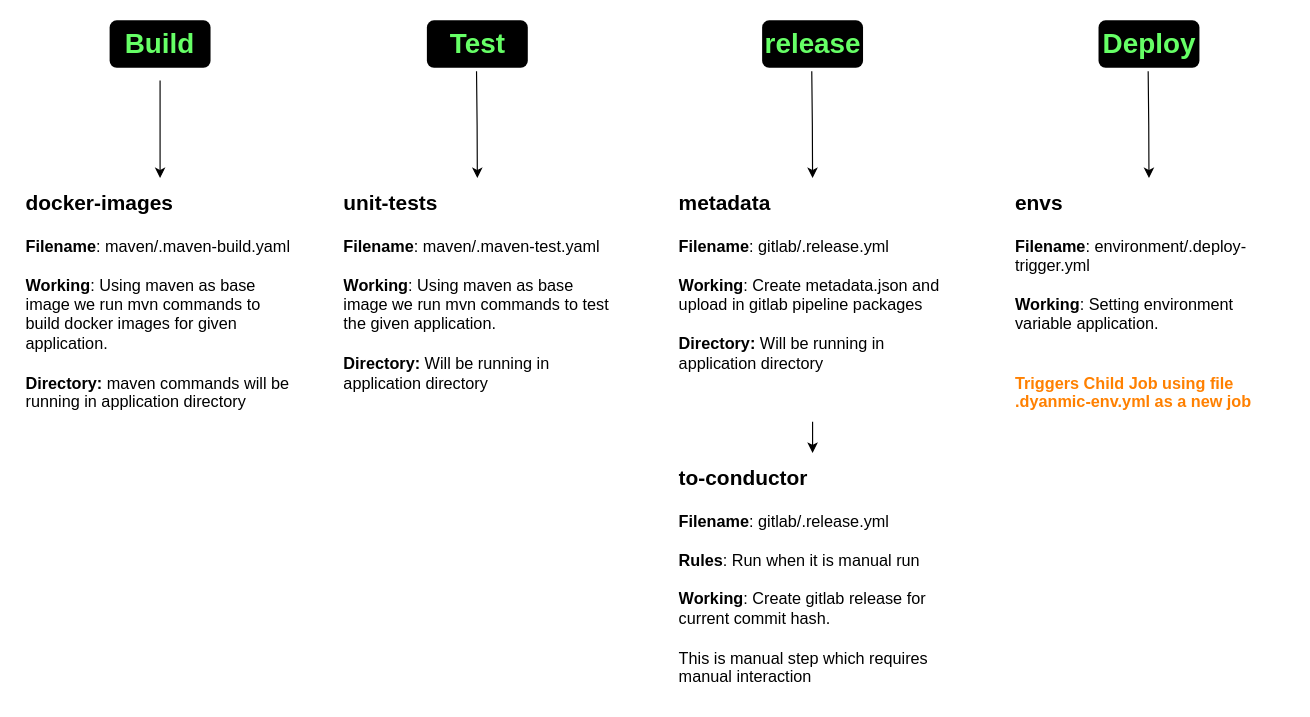
Above: GitlabWorkflow.drawio in vishnu-chegondi/draw-repo (draw.io), before the change. Source tidied: cells renumbered, new cells numbered last; positions are measured from the earlier drawing's top-left corner, leaving out a move shared by most shapes. Both pictures are drawn from the tidied source at 116%, with x=0, y=0 at pixel (20, 20).
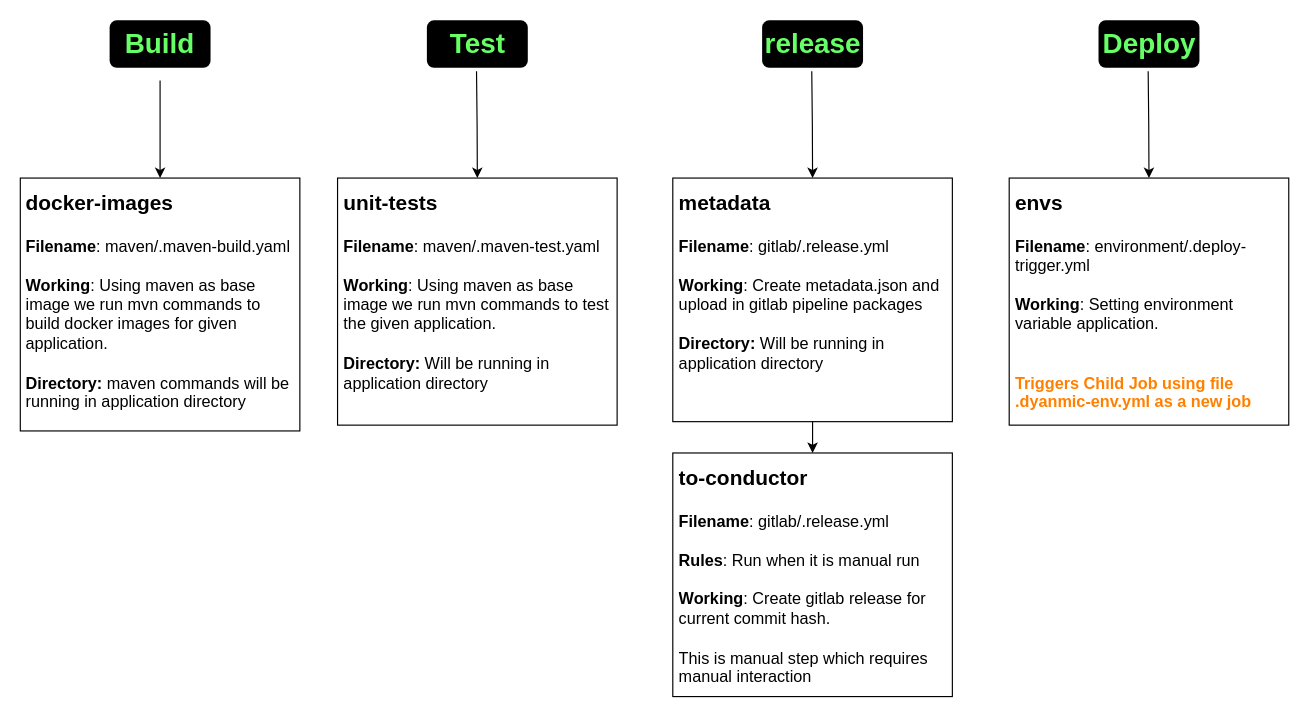
After the change.

What changed in the source:
```diff
@@
 <mxGraphModel>
   <root>
     <mxCell id="0" />
     <mxCell id="1" parent="0" />
     <mxCell id="2" style="edgeStyle=orthogonalEdgeStyle;rounded=0;jettySize=auto;html=1;entryX=0.5;entryY=0;entryDx=0;entryDy=0;" parent="1" edge="1" source="3" target="4">
       <mxGeometry relative="1" as="geometry" />
     </mxCell>
     <mxCell id="3" value="&lt;font color=&quot;#66ff66&quot; style=&quot;font-size: 24px;&quot;&gt;&lt;b style=&quot;background-color: rgb(0, 0, 0);&quot;&gt;Build&lt;/b&gt;&lt;/font&gt;" style="text;html=1;strokeColor=none;fillColor=#000000;align=center;verticalAlign=middle;whiteSpace=wrap;rounded=1;perimeterSpacing=11;shadow=0;strokeWidth=1;dashed=1;" parent="1" vertex="1">
       <mxGeometry x="77" width="87" height="41" as="geometry" />
     </mxCell>
-    <mxCell id="4" value="&lt;h1&gt;&lt;font style=&quot;font-size: 18px;&quot;&gt;docker-images&lt;/font&gt;&lt;/h1&gt;&lt;div&gt;&lt;font style=&quot;font-size: 14px;&quot;&gt;&lt;b&gt;Filename&lt;/b&gt;: maven/.maven-build.yaml&lt;/font&gt;&lt;/div&gt;&lt;div&gt;&lt;font style=&quot;font-size: 14px;&quot;&gt;&lt;br&gt;&lt;/font&gt;&lt;/div&gt;&lt;div&gt;&lt;font style=&quot;font-size: 14px;&quot;&gt;&lt;b&gt;Working&lt;/b&gt;: Using maven as base image we run mvn commands to build docker images for given application.&amp;nbsp;&lt;/font&gt;&lt;/div&gt;&lt;div&gt;&lt;font style=&quot;font-size: 14px;&quot;&gt;&lt;b&gt;&lt;br&gt;&lt;/b&gt;&lt;/font&gt;&lt;/div&gt;&lt;div&gt;&lt;font style=&quot;font-size: 14px;&quot;&gt;&lt;b&gt;Directory: &lt;/b&gt;maven commands will be running in application directory&lt;br&gt;&lt;br&gt;&lt;br&gt;&lt;/font&gt;&lt;/div&gt;" style="text;html=1;strokeColor=none;fillColor=none;spacing=5;spacingTop=-20;whiteSpace=wrap;overflow=hidden;rounded=0;" parent="1" vertex="1">
+    <mxCell id="4" value="&lt;h1&gt;&lt;font style=&quot;font-size: 18px;&quot;&gt;docker-images&lt;/font&gt;&lt;/h1&gt;&lt;div&gt;&lt;font style=&quot;font-size: 14px;&quot;&gt;&lt;b&gt;Filename&lt;/b&gt;: maven/.maven-build.yaml&lt;/font&gt;&lt;/div&gt;&lt;div&gt;&lt;font style=&quot;font-size: 14px;&quot;&gt;&lt;br&gt;&lt;/font&gt;&lt;/div&gt;&lt;div&gt;&lt;font style=&quot;font-size: 14px;&quot;&gt;&lt;b&gt;Working&lt;/b&gt;: Using maven as base image we run mvn commands to build docker images for given application.&amp;nbsp;&lt;/font&gt;&lt;/div&gt;&lt;div&gt;&lt;font style=&quot;font-size: 14px;&quot;&gt;&lt;b&gt;&lt;br&gt;&lt;/b&gt;&lt;/font&gt;&lt;/div&gt;&lt;div&gt;&lt;font style=&quot;font-size: 14px;&quot;&gt;&lt;b&gt;Directory: &lt;/b&gt;maven commands will be running in application directory&lt;br&gt;&lt;br&gt;&lt;br&gt;&lt;/font&gt;&lt;/div&gt;" style="text;html=1;strokeColor=default;fillColor=none;spacing=5;spacingTop=-20;whiteSpace=wrap;overflow=hidden;rounded=0;" parent="1" vertex="1">
       <mxGeometry y="136" width="241" height="218" as="geometry" />
     </mxCell>
     <mxCell id="5" style="edgeStyle=orthogonalEdgeStyle;rounded=0;jettySize=auto;html=1;entryX=0.5;entryY=0;entryDx=0;entryDy=0;" parent="1" edge="1" target="6">
       <mxGeometry relative="1" as="geometry">
         <mxPoint x="393.3" y="44" as="sourcePoint" />
       </mxGeometry>
     </mxCell>
-    <mxCell id="6" value="&lt;h1&gt;&lt;span style=&quot;font-size: 18px;&quot;&gt;unit-tests&lt;/span&gt;&lt;/h1&gt;&lt;div&gt;&lt;font style=&quot;font-size: 14px;&quot;&gt;&lt;b&gt;Filename&lt;/b&gt;: maven/.maven-test.yaml&lt;/font&gt;&lt;/div&gt;&lt;div&gt;&lt;font style=&quot;font-size: 14px;&quot;&gt;&lt;b&gt;&lt;br&gt;&lt;/b&gt;&lt;/font&gt;&lt;/div&gt;&lt;div&gt;&lt;font style=&quot;font-size: 14px;&quot;&gt;&lt;b&gt;Working&lt;/b&gt;: Using maven as base image we run mvn commands to test the given application.&amp;nbsp;&lt;/font&gt;&lt;/div&gt;&lt;div&gt;&lt;font style=&quot;font-size: 14px;&quot;&gt;&lt;br&gt;&lt;/font&gt;&lt;/div&gt;&lt;div&gt;&lt;span style=&quot;font-size: 14px;&quot;&gt;&lt;b&gt;Directory: &lt;/b&gt;Will be running in application directory&lt;/span&gt;&lt;/div&gt;" style="text;html=1;strokeColor=none;fillColor=none;spacing=5;spacingTop=-20;whiteSpace=wrap;overflow=hidden;rounded=0;" parent="1" vertex="1">
+    <mxCell id="6" value="&lt;h1&gt;&lt;span style=&quot;font-size: 18px;&quot;&gt;unit-tests&lt;/span&gt;&lt;/h1&gt;&lt;div&gt;&lt;font style=&quot;font-size: 14px;&quot;&gt;&lt;b&gt;Filename&lt;/b&gt;: maven/.maven-test.yaml&lt;/font&gt;&lt;/div&gt;&lt;div&gt;&lt;font style=&quot;font-size: 14px;&quot;&gt;&lt;b&gt;&lt;br&gt;&lt;/b&gt;&lt;/font&gt;&lt;/div&gt;&lt;div&gt;&lt;font style=&quot;font-size: 14px;&quot;&gt;&lt;b&gt;Working&lt;/b&gt;: Using maven as base image we run mvn commands to test the given application.&amp;nbsp;&lt;/font&gt;&lt;/div&gt;&lt;div&gt;&lt;font style=&quot;font-size: 14px;&quot;&gt;&lt;br&gt;&lt;/font&gt;&lt;/div&gt;&lt;div&gt;&lt;span style=&quot;font-size: 14px;&quot;&gt;&lt;b&gt;Directory: &lt;/b&gt;Will be running in application directory&lt;/span&gt;&lt;/div&gt;" style="text;html=1;strokeColor=default;fillColor=none;spacing=5;spacingTop=-20;whiteSpace=wrap;overflow=hidden;rounded=0;" parent="1" vertex="1">
       <mxGeometry x="273.5" y="136" width="241" height="213" as="geometry" />
     </mxCell>
     <mxCell id="7" value="&lt;font color=&quot;#66ff66&quot; style=&quot;font-size: 24px;&quot;&gt;&lt;b style=&quot;background-color: rgb(0, 0, 0);&quot;&gt;Test&lt;/b&gt;&lt;/font&gt;" style="text;html=1;strokeColor=none;fillColor=#000000;align=center;verticalAlign=middle;whiteSpace=wrap;rounded=1;perimeterSpacing=11;shadow=0;strokeWidth=1;dashed=1;" parent="1" vertex="1">
       <mxGeometry x="350.5" width="87" height="41" as="geometry" />
     </mxCell>
     <mxCell id="8" style="edgeStyle=orthogonalEdgeStyle;rounded=0;jettySize=auto;html=1;entryX=0.5;entryY=0;entryDx=0;entryDy=0;" parent="1" edge="1" target="10">
       <mxGeometry relative="1" as="geometry">
         <mxPoint x="682.3" y="44" as="sourcePoint" />
       </mxGeometry>
     </mxCell>
     <mxCell id="9" style="edgeStyle=orthogonalEdgeStyle;rounded=0;jettySize=auto;html=1;exitX=0.5;exitY=1;exitDx=0;exitDy=0;" parent="1" edge="1" source="10" target="12">
       <mxGeometry relative="1" as="geometry" />
     </mxCell>
-    <mxCell id="10" value="&lt;h1&gt;&lt;span style=&quot;font-size: 18px;&quot;&gt;metadata&lt;/span&gt;&lt;/h1&gt;&lt;div&gt;&lt;font style=&quot;font-size: 14px;&quot;&gt;&lt;b&gt;Filename&lt;/b&gt;: gitlab/.release.yml&lt;/font&gt;&lt;/div&gt;&lt;div&gt;&lt;font style=&quot;font-size: 14px;&quot;&gt;&lt;b&gt;&lt;br&gt;&lt;/b&gt;&lt;/font&gt;&lt;/div&gt;&lt;div&gt;&lt;font style=&quot;font-size: 14px;&quot;&gt;&lt;b&gt;Working&lt;/b&gt;: Create metadata.json and upload in gitlab pipeline packages&lt;/font&gt;&lt;/div&gt;&lt;div&gt;&lt;font style=&quot;font-size: 14px;&quot;&gt;&lt;br&gt;&lt;/font&gt;&lt;/div&gt;&lt;div&gt;&lt;span style=&quot;font-size: 14px;&quot;&gt;&lt;b&gt;Directory: &lt;/b&gt;Will be running in application directory&lt;/span&gt;&lt;/div&gt;" style="text;html=1;strokeColor=none;fillColor=none;spacing=5;spacingTop=-20;whiteSpace=wrap;overflow=hidden;rounded=0;" parent="1" vertex="1">
+    <mxCell id="10" value="&lt;h1&gt;&lt;span style=&quot;font-size: 18px;&quot;&gt;metadata&lt;/span&gt;&lt;/h1&gt;&lt;div&gt;&lt;font style=&quot;font-size: 14px;&quot;&gt;&lt;b&gt;Filename&lt;/b&gt;: gitlab/.release.yml&lt;/font&gt;&lt;/div&gt;&lt;div&gt;&lt;font style=&quot;font-size: 14px;&quot;&gt;&lt;b&gt;&lt;br&gt;&lt;/b&gt;&lt;/font&gt;&lt;/div&gt;&lt;div&gt;&lt;font style=&quot;font-size: 14px;&quot;&gt;&lt;b&gt;Working&lt;/b&gt;: Create metadata.json and upload in gitlab pipeline packages&lt;/font&gt;&lt;/div&gt;&lt;div&gt;&lt;font style=&quot;font-size: 14px;&quot;&gt;&lt;br&gt;&lt;/font&gt;&lt;/div&gt;&lt;div&gt;&lt;span style=&quot;font-size: 14px;&quot;&gt;&lt;b&gt;Directory: &lt;/b&gt;Will be running in application directory&lt;/span&gt;&lt;/div&gt;" style="text;html=1;strokeColor=default;fillColor=none;spacing=5;spacingTop=-20;whiteSpace=wrap;overflow=hidden;rounded=0;" parent="1" vertex="1">
       <mxGeometry x="562.5" y="136" width="241" height="210" as="geometry" />
     </mxCell>
     <mxCell id="11" value="&lt;font color=&quot;#66ff66&quot; style=&quot;font-size: 24px;&quot;&gt;&lt;b style=&quot;background-color: rgb(0, 0, 0);&quot;&gt;release&lt;/b&gt;&lt;/font&gt;" style="text;html=1;strokeColor=none;fillColor=#000000;align=center;verticalAlign=middle;whiteSpace=wrap;rounded=1;perimeterSpacing=11;shadow=0;strokeWidth=1;dashed=1;" parent="1" vertex="1">
       <mxGeometry x="639.5" width="87" height="41" as="geometry" />
     </mxCell>
-    <mxCell id="12" value="&lt;h1&gt;&lt;span style=&quot;font-size: 18px;&quot;&gt;to-conductor&lt;/span&gt;&lt;/h1&gt;&lt;div&gt;&lt;font style=&quot;font-size: 14px;&quot;&gt;&lt;b&gt;Filename&lt;/b&gt;: gitlab/.release.yml&lt;/font&gt;&lt;/div&gt;&lt;div&gt;&lt;font style=&quot;font-size: 14px;&quot;&gt;&lt;br&gt;&lt;/font&gt;&lt;/div&gt;&lt;div&gt;&lt;font style=&quot;font-size: 14px;&quot;&gt;&lt;b&gt;Rules&lt;/b&gt;: Run when it is manual run&lt;/font&gt;&lt;/div&gt;&lt;div&gt;&lt;font style=&quot;font-size: 14px;&quot;&gt;&lt;b&gt;&lt;br&gt;&lt;/b&gt;&lt;/font&gt;&lt;/div&gt;&lt;div&gt;&lt;font style=&quot;font-size: 14px;&quot;&gt;&lt;b&gt;Working&lt;/b&gt;: Create gitlab release for current commit hash.&lt;br&gt;&lt;br&gt;This is manual step which requires manual interaction&lt;/font&gt;&lt;/div&gt;&lt;div&gt;&lt;br&gt;&lt;/div&gt;" style="text;html=1;strokeColor=none;fillColor=none;spacing=5;spacingTop=-20;whiteSpace=wrap;overflow=hidden;rounded=0;" parent="1" vertex="1">
+    <mxCell id="12" value="&lt;h1&gt;&lt;span style=&quot;font-size: 18px;&quot;&gt;to-conductor&lt;/span&gt;&lt;/h1&gt;&lt;div&gt;&lt;font style=&quot;font-size: 14px;&quot;&gt;&lt;b&gt;Filename&lt;/b&gt;: gitlab/.release.yml&lt;/font&gt;&lt;/div&gt;&lt;div&gt;&lt;font style=&quot;font-size: 14px;&quot;&gt;&lt;br&gt;&lt;/font&gt;&lt;/div&gt;&lt;div&gt;&lt;font style=&quot;font-size: 14px;&quot;&gt;&lt;b&gt;Rules&lt;/b&gt;: Run when it is manual run&lt;/font&gt;&lt;/div&gt;&lt;div&gt;&lt;font style=&quot;font-size: 14px;&quot;&gt;&lt;b&gt;&lt;br&gt;&lt;/b&gt;&lt;/font&gt;&lt;/div&gt;&lt;div&gt;&lt;font style=&quot;font-size: 14px;&quot;&gt;&lt;b&gt;Working&lt;/b&gt;: Create gitlab release for current commit hash.&lt;br&gt;&lt;br&gt;This is manual step which requires manual interaction&lt;/font&gt;&lt;/div&gt;&lt;div&gt;&lt;br&gt;&lt;/div&gt;" style="text;html=1;strokeColor=default;fillColor=none;spacing=5;spacingTop=-20;whiteSpace=wrap;overflow=hidden;rounded=0;" parent="1" vertex="1">
       <mxGeometry x="562.5" y="373" width="241" height="210" as="geometry" />
     </mxCell>
     <mxCell id="13" style="edgeStyle=orthogonalEdgeStyle;rounded=0;jettySize=auto;html=1;entryX=0.5;entryY=0;entryDx=0;entryDy=0;" parent="1" edge="1" target="14">
       <mxGeometry relative="1" as="geometry">
         <mxPoint x="972.3" y="44" as="sourcePoint" />
       </mxGeometry>
     </mxCell>
-    <mxCell id="14" value="&lt;h1&gt;&lt;span style=&quot;font-size: 18px;&quot;&gt;envs&lt;/span&gt;&lt;/h1&gt;&lt;div&gt;&lt;font style=&quot;font-size: 14px;&quot;&gt;&lt;b&gt;Filename&lt;/b&gt;: environment/.deploy-trigger.yml&lt;/font&gt;&lt;/div&gt;&lt;div&gt;&lt;font style=&quot;font-size: 14px;&quot;&gt;&lt;b&gt;&lt;br&gt;&lt;/b&gt;&lt;/font&gt;&lt;/div&gt;&lt;div&gt;&lt;font style=&quot;font-size: 14px;&quot;&gt;&lt;b&gt;Working&lt;/b&gt;: Setting environment variable application.&lt;br&gt;&lt;br&gt;&lt;br&gt;&lt;b&gt;&lt;font color=&quot;#ff8000&quot;&gt;Triggers Child Job using file .dyanmic-env.yml as a new job&lt;/font&gt;&lt;/b&gt;&lt;/font&gt;&lt;/div&gt;&lt;div&gt;&lt;br&gt;&lt;/div&gt;" style="text;html=1;strokeColor=none;fillColor=none;spacing=5;spacingTop=-20;whiteSpace=wrap;overflow=hidden;rounded=0;" parent="1" vertex="1">
+    <mxCell id="14" value="&lt;h1&gt;&lt;span style=&quot;font-size: 18px;&quot;&gt;envs&lt;/span&gt;&lt;/h1&gt;&lt;div&gt;&lt;font style=&quot;font-size: 14px;&quot;&gt;&lt;b&gt;Filename&lt;/b&gt;: environment/.deploy-trigger.yml&lt;/font&gt;&lt;/div&gt;&lt;div&gt;&lt;font style=&quot;font-size: 14px;&quot;&gt;&lt;b&gt;&lt;br&gt;&lt;/b&gt;&lt;/font&gt;&lt;/div&gt;&lt;div&gt;&lt;font style=&quot;font-size: 14px;&quot;&gt;&lt;b&gt;Working&lt;/b&gt;: Setting environment variable application.&lt;br&gt;&lt;br&gt;&lt;br&gt;&lt;b&gt;&lt;font color=&quot;#ff8000&quot;&gt;Triggers Child Job using file .dyanmic-env.yml as a new job&lt;/font&gt;&lt;/b&gt;&lt;/font&gt;&lt;/div&gt;&lt;div&gt;&lt;br&gt;&lt;/div&gt;" style="text;html=1;strokeColor=default;fillColor=none;spacing=5;spacingTop=-20;whiteSpace=wrap;overflow=hidden;rounded=0;" parent="1" vertex="1">
       <mxGeometry x="852.5" y="136" width="241" height="213" as="geometry" />
     </mxCell>
     <mxCell id="15" value="&lt;font color=&quot;#66ff66&quot; style=&quot;font-size: 24px;&quot;&gt;&lt;b style=&quot;background-color: rgb(0, 0, 0);&quot;&gt;Deploy&lt;/b&gt;&lt;/font&gt;" style="text;html=1;strokeColor=none;fillColor=#000000;align=center;verticalAlign=middle;whiteSpace=wrap;rounded=1;perimeterSpacing=11;shadow=0;strokeWidth=1;dashed=1;" parent="1" vertex="1">
       <mxGeometry x="929.5" width="87" height="41" as="geometry" />
     </mxCell>
   </root>
 </mxGraphModel>
```
